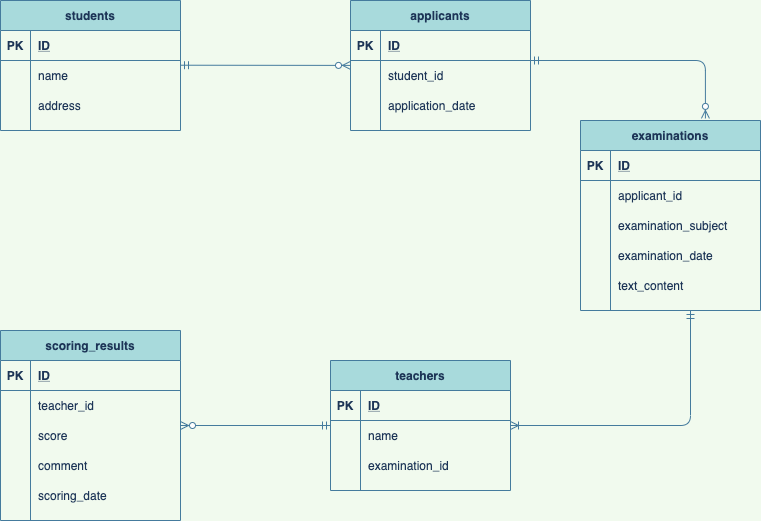
Above: index.drawio.png in hata8341/ER_problem (draw.io), before the change. Source tidied: cells renumbered, new cells last; positions are measured from the earlier drawing's top-left corner, leaving out a move shared by most shapes.
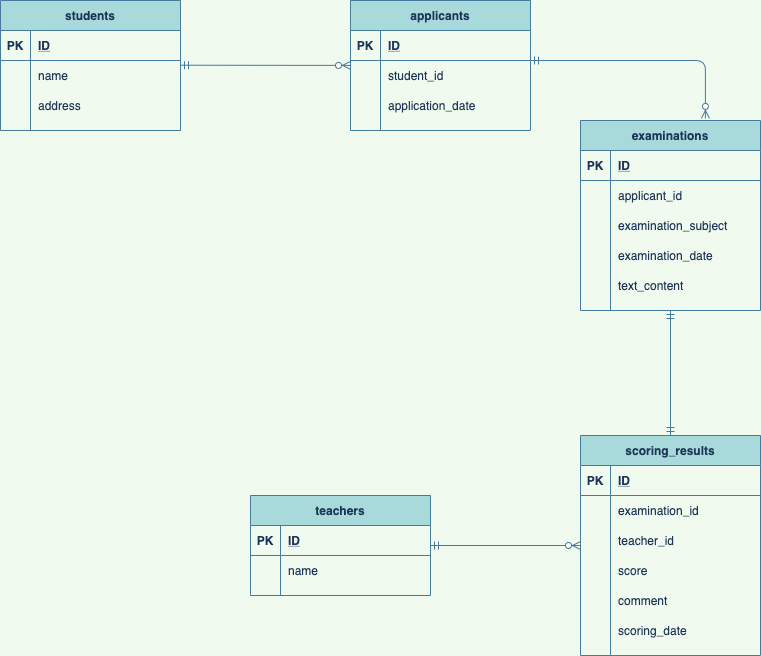
After the commit.

The edit, as a diff of the source:
```diff
@@ -32,13 +32,9 @@
     <mxCell id="11" value="address" style="shape=partialRectangle;fillColor=none;top=0;left=0;bottom=0;right=0;align=left;spacingLeft=6;overflow=hidden;strokeColor=#457B9D;fontColor=#1D3557;" parent="9" vertex="1">
       <mxGeometry x="30" width="150" height="30" as="geometry" />
     </mxCell>
-    <mxCell id="12" style="edgeStyle=orthogonalEdgeStyle;rounded=1;jettySize=auto;html=1;strokeColor=#457B9D;endArrow=ERoneToMany;endFill=0;startArrow=ERmandOne;startFill=0;" parent="1" edge="1" source="13" target="40">
-      <mxGeometry relative="1" as="geometry">
-        <Array as="points">
-          <mxPoint x="690" y="425" />
-        </Array>
-      </mxGeometry>
-    </mxCell>
+    <mxCell id="68" style="rounded=1;jettySize=auto;html=1;entryX=0.5;entryY=0;entryDx=0;entryDy=0;startArrow=ERmandOne;startFill=0;endArrow=ERmandOne;endFill=0;strokeColor=#457B9D;" parent="1" edge="1" source="13" target="50">
+      <mxGeometry relative="1" as="geometry" />
+    </mxCell>
     <mxCell id="13" value="examinations" style="shape=table;startSize=30;rowLines=0;fontStyle=1;align=center;fillColor=#A8DADC;strokeColor=#457B9D;fontColor=#1D3557;" parent="1" vertex="1">
       <mxGeometry x="580" y="120" width="180" height="190" as="geometry" />
     </mxCell>
@@ -121,7 +117,7 @@
       <mxGeometry relative="1" as="geometry" />
     </mxCell>
     <mxCell id="40" value="teachers" style="shape=table;startSize=30;rowLines=0;fontStyle=1;align=center;fillColor=#A8DADC;strokeColor=#457B9D;fontColor=#1D3557;" parent="1" vertex="1">
-      <mxGeometry x="330" y="360" width="180" height="130" as="geometry" />
+      <mxGeometry x="250" y="495" width="180" height="100" as="geometry" />
     </mxCell>
     <mxCell id="41" style="shape=partialRectangle;fillColor=none;top=0;left=0;bottom=1;right=0;strokeColor=#457B9D;fontColor=#1D3557;" parent="40" vertex="1">
       <mxGeometry y="30" width="180" height="30" as="geometry" />
@@ -141,17 +137,8 @@
     <mxCell id="46" value="name" style="shape=partialRectangle;fillColor=none;top=0;left=0;bottom=0;right=0;align=left;spacingLeft=6;overflow=hidden;strokeColor=#457B9D;fontColor=#1D3557;" parent="44" vertex="1">
       <mxGeometry x="30" width="150" height="30" as="geometry" />
     </mxCell>
-    <mxCell id="47" style="shape=partialRectangle;fillColor=none;top=0;left=0;bottom=0;right=0;strokeColor=#457B9D;fontColor=#1D3557;" parent="40" vertex="1">
-      <mxGeometry y="90" width="180" height="30" as="geometry" />
-    </mxCell>
-    <mxCell id="48" style="shape=partialRectangle;fillColor=none;top=0;left=0;bottom=0;right=0;overflow=hidden;strokeColor=#457B9D;fontColor=#1D3557;" parent="47" vertex="1">
-      <mxGeometry width="30" height="30" as="geometry" />
-    </mxCell>
-    <mxCell id="49" value="examination_id" style="shape=partialRectangle;fillColor=none;top=0;left=0;bottom=0;right=0;align=left;spacingLeft=6;overflow=hidden;strokeColor=#457B9D;fontColor=#1D3557;" parent="47" vertex="1">
-      <mxGeometry x="30" width="150" height="30" as="geometry" />
-    </mxCell>
     <mxCell id="50" value="scoring_results" style="shape=table;startSize=30;rowLines=0;fontStyle=1;align=center;fillColor=#A8DADC;strokeColor=#457B9D;fontColor=#1D3557;" parent="1" vertex="1">
-      <mxGeometry y="330" width="180" height="190" as="geometry" />
+      <mxGeometry x="580" y="435" width="180" height="220" as="geometry" />
     </mxCell>
     <mxCell id="51" style="shape=partialRectangle;fillColor=none;top=0;left=0;bottom=1;right=0;strokeColor=#457B9D;fontColor=#1D3557;" parent="50" vertex="1">
       <mxGeometry y="30" width="180" height="30" as="geometry" />
@@ -162,8 +149,17 @@
     <mxCell id="53" value="ID" style="shape=partialRectangle;fillColor=none;top=0;left=0;bottom=0;right=0;align=left;spacingLeft=6;fontStyle=5;overflow=hidden;strokeColor=#457B9D;fontColor=#1D3557;" parent="51" vertex="1">
       <mxGeometry x="30" width="150" height="30" as="geometry" />
     </mxCell>
+    <mxCell id="69" style="shape=partialRectangle;fillColor=none;top=0;left=0;bottom=0;right=0;strokeColor=#457B9D;fontColor=#1D3557;" parent="50" vertex="1">
+      <mxGeometry y="60" width="180" height="30" as="geometry" />
+    </mxCell>
+    <mxCell id="48" style="shape=partialRectangle;fillColor=none;top=0;left=0;bottom=0;right=0;overflow=hidden;strokeColor=#457B9D;fontColor=#1D3557;" parent="69" vertex="1">
+      <mxGeometry width="30" height="30" as="geometry" />
+    </mxCell>
+    <mxCell id="49" value="examination_id" style="shape=partialRectangle;fillColor=none;top=0;left=0;bottom=0;right=0;align=left;spacingLeft=6;overflow=hidden;strokeColor=#457B9D;fontColor=#1D3557;" parent="69" vertex="1">
+      <mxGeometry x="30" width="150" height="30" as="geometry" />
+    </mxCell>
     <mxCell id="54" style="shape=partialRectangle;fillColor=none;top=0;left=0;bottom=0;right=0;strokeColor=#457B9D;fontColor=#1D3557;" parent="50" vertex="1">
-      <mxGeometry y="60" width="180" height="30" as="geometry" />
+      <mxGeometry y="90" width="180" height="30" as="geometry" />
     </mxCell>
     <mxCell id="55" style="shape=partialRectangle;fillColor=none;top=0;left=0;bottom=0;right=0;overflow=hidden;strokeColor=#457B9D;fontColor=#1D3557;" parent="54" vertex="1">
       <mxGeometry width="30" height="30" as="geometry" />
@@ -172,7 +168,7 @@
       <mxGeometry x="30" width="150" height="30" as="geometry" />
     </mxCell>
     <mxCell id="57" style="shape=partialRectangle;fillColor=none;top=0;left=0;bottom=0;right=0;strokeColor=#457B9D;fontColor=#1D3557;" parent="50" vertex="1">
-      <mxGeometry y="90" width="180" height="30" as="geometry" />
+      <mxGeometry y="120" width="180" height="30" as="geometry" />
     </mxCell>
     <mxCell id="58" style="shape=partialRectangle;fillColor=none;top=0;left=0;bottom=0;right=0;overflow=hidden;strokeColor=#457B9D;fontColor=#1D3557;" parent="57" vertex="1">
       <mxGeometry width="30" height="30" as="geometry" />
@@ -181,7 +177,7 @@
       <mxGeometry x="30" width="150" height="30" as="geometry" />
     </mxCell>
     <mxCell id="60" style="shape=partialRectangle;fillColor=none;top=0;left=0;bottom=0;right=0;strokeColor=#457B9D;fontColor=#1D3557;" parent="50" vertex="1">
-      <mxGeometry y="120" width="180" height="30" as="geometry" />
+      <mxGeometry y="150" width="180" height="30" as="geometry" />
     </mxCell>
     <mxCell id="61" style="shape=partialRectangle;fillColor=none;top=0;left=0;bottom=0;right=0;overflow=hidden;strokeColor=#457B9D;fontColor=#1D3557;" parent="60" vertex="1">
       <mxGeometry width="30" height="30" as="geometry" />
@@ -190,7 +186,7 @@
       <mxGeometry x="30" width="150" height="30" as="geometry" />
     </mxCell>
     <mxCell id="63" style="shape=partialRectangle;fillColor=none;top=0;left=0;bottom=0;right=0;strokeColor=#457B9D;fontColor=#1D3557;" parent="50" vertex="1">
-      <mxGeometry y="150" width="180" height="30" as="geometry" />
+      <mxGeometry y="180" width="180" height="30" as="geometry" />
     </mxCell>
     <mxCell id="64" style="shape=partialRectangle;fillColor=none;top=0;left=0;bottom=0;right=0;overflow=hidden;strokeColor=#457B9D;fontColor=#1D3557;" parent="63" vertex="1">
       <mxGeometry width="30" height="30" as="geometry" />
```
